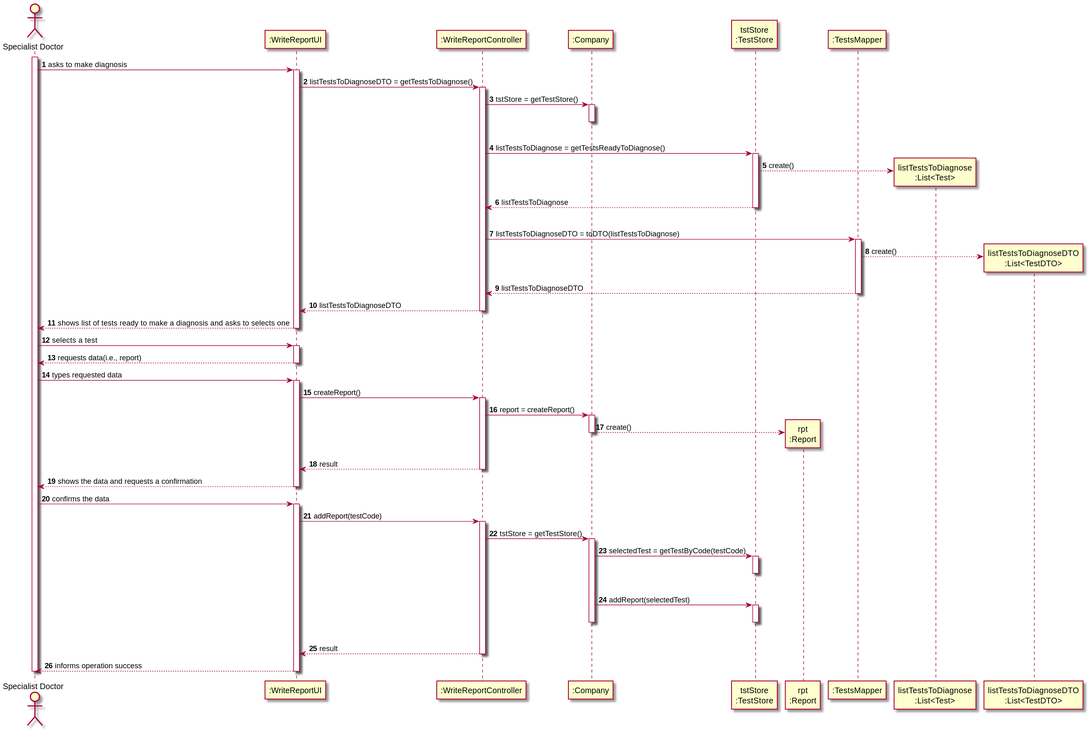
This is docs/SprintC/US_14/US014_SD.svg from ana-albergaria/LAPR2-ISEP, a PlantUML export, as it was before one commit. Source of this version:
```plantuml
@startuml
autonumber
actor "Specialist Doctor" as SPDT

participant ":WriteReportUI" as UI
participant ":WriteReportController" as CTRL
participant ":Company" as CMP
participant "tstStore\n:TestStore" as TSTSTORE
participant "rpt\n:Report" as RPT
participant ":TestsMapper" as TSTMAPPER
participant "listTestsToDiagnose\n:List<Test>" as LT
participant "listTestsToDiagnoseDTO\n:List<TestDTO>" as LIST_DTO

activate SPDT
SPDT -> UI : asks to make diagnosis
activate UI
UI -> CTRL : listTestsToDiagnoseDTO = getTestsToDiagnose()
activate CTRL

CTRL -> CMP : tstStore = getTestStore()
activate CMP
|||
deactivate CMP

CTRL -> TSTSTORE : listTestsToDiagnose = getTestsReadyToDiagnose()
activate TSTSTORE

TSTSTORE --> LT** : create()
TSTSTORE --> CTRL : listTestsToDiagnose
deactivate TSTSTORE
|||

CTRL -> TSTMAPPER : listTestsToDiagnoseDTO = toDTO(listTestsToDiagnose)
activate TSTMAPPER

TSTMAPPER --> LIST_DTO** : create()

TSTMAPPER --> CTRL : listTestsToDiagnoseDTO
deactivate TSTMAPPER

CTRL --> UI : listTestsToDiagnoseDTO
deactivate CTRL

UI --> SPDT : shows list of tests ready to make a diagnosis and asks to selects one
deactivate UI


SPDT -> UI : selects a test
activate UI

UI --> SPDT : requests data(i.e., report)
deactivate UI

SPDT -> UI : types requested data
activate UI

UI -> CTRL : createReport()
activate CTRL

CTRL -> CMP : report = createReport()
activate CMP

CMP --> RPT** : create()
deactivate CMP

CTRL --> UI : result
deactivate CTRL
UI --> SPDT : shows the data and requests a confirmation
deactivate UI

SPDT -> UI : confirms the data
activate UI

UI -> CTRL : addReport(testCode)
activate CTRL

CTRL -> CMP : tstStore = getTestStore()
activate CMP

CMP -> TSTSTORE : selectedTest = getTestByCode(testCode)
activate TSTSTORE
|||
deactivate TSTSTORE

CMP -> TSTSTORE : addReport(selectedTest)
activate TSTSTORE
|||
deactivate TSTSTORE

deactivate CMP

CTRL --> UI : result
deactivate CMP
deactivate CTRL

UI --> SPDT : informs operation success
deactivate UI
deactivate SPDT

@enduml
```
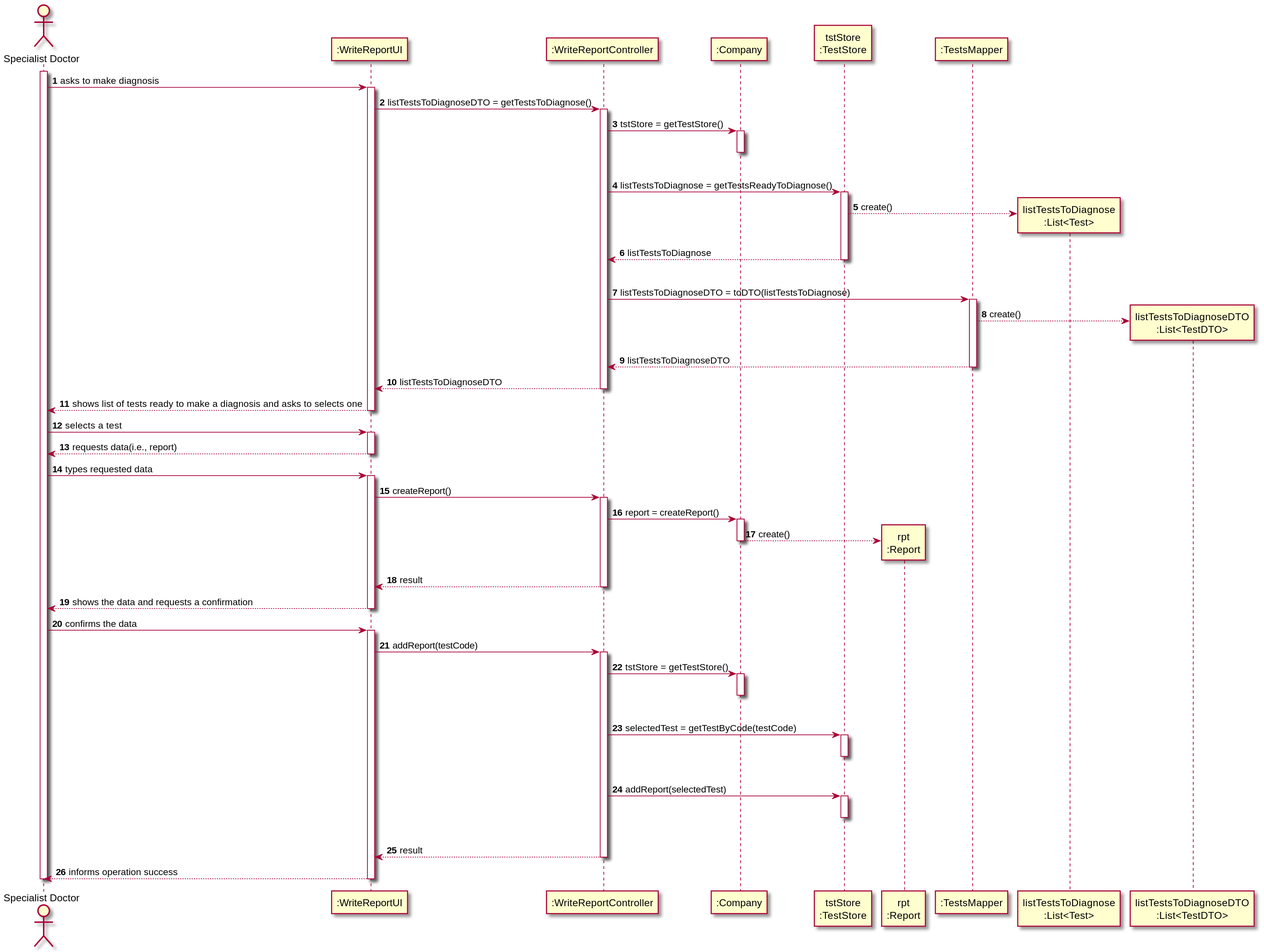
Above is the later version.

The edit, as a diff of the source:
```diff
@@ -76,18 +76,18 @@
 
 CTRL -> CMP : tstStore = getTestStore()
 activate CMP
+|||
+deactivate CMP
 
-CMP -> TSTSTORE : selectedTest = getTestByCode(testCode)
+CTRL -> TSTSTORE : selectedTest = getTestByCode(testCode)
 activate TSTSTORE
 |||
 deactivate TSTSTORE
 
-CMP -> TSTSTORE : addReport(selectedTest)
+CTRL -> TSTSTORE : addReport(selectedTest)
 activate TSTSTORE
 |||
 deactivate TSTSTORE
-
-deactivate CMP
 
 CTRL --> UI : result
 deactivate CMP
```
